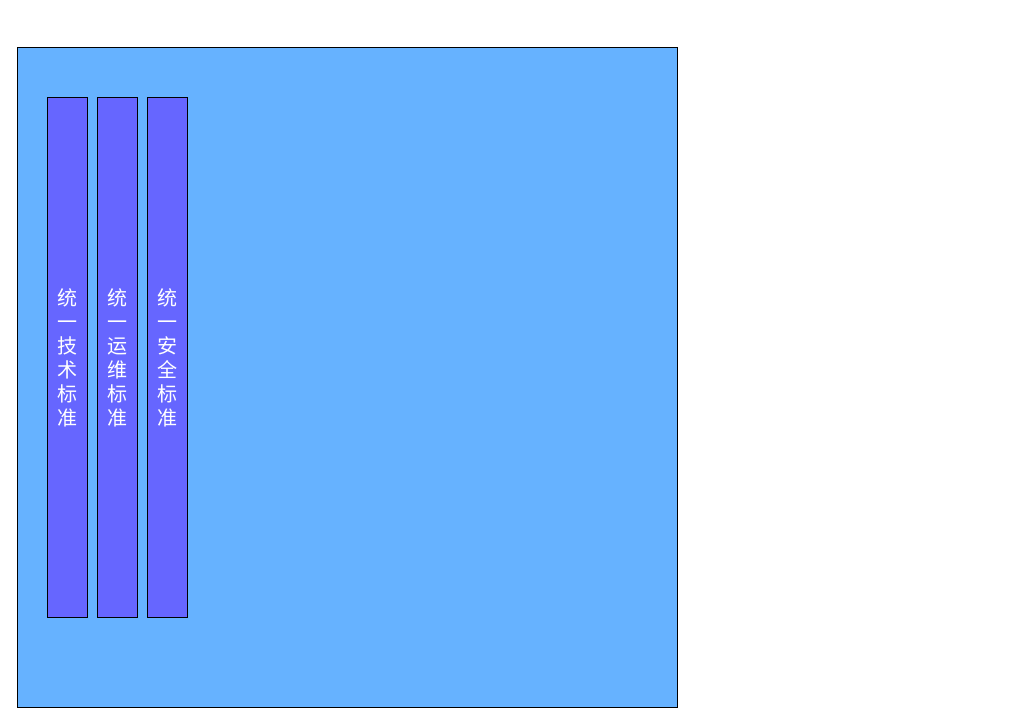
Before: framework.drawio in cjaack2/Images_Repository, a draw.io diagram. Source tidied: cells renumbered, new cells numbered last; positions are measured from the earlier drawing's top-left corner, leaving out a move shared by most shapes. Both pictures are drawn from the tidied source at 100%, with x=0, y=0 at pixel (17, 47).
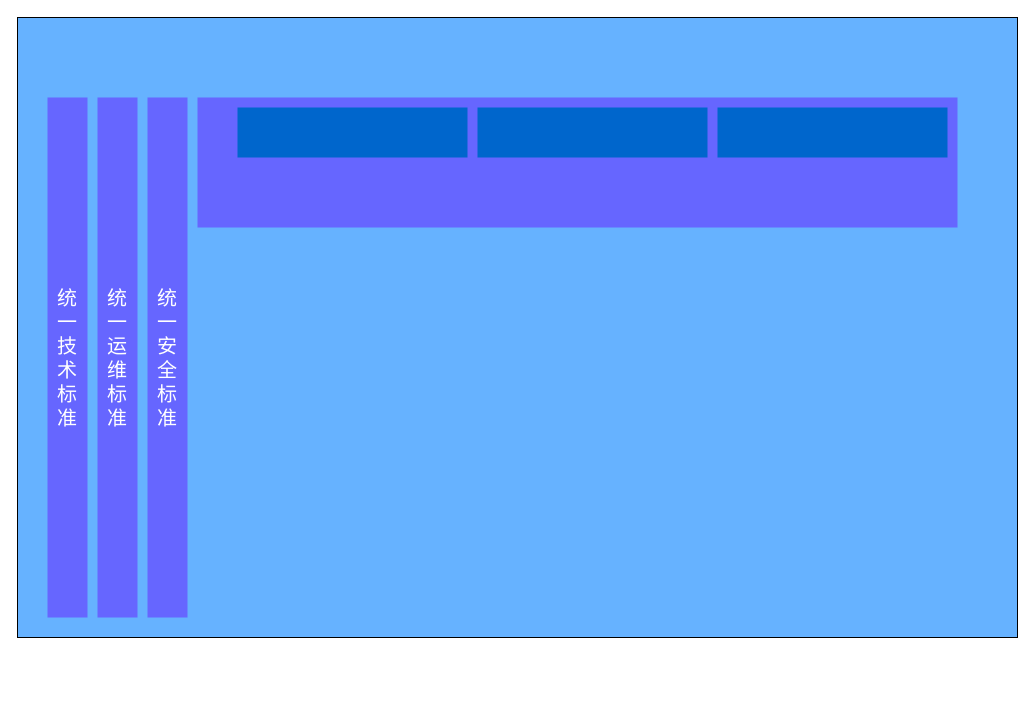
After the change.

Diff of the diagram source:
```diff
@@
 <mxGraphModel>
   <root>
     <mxCell id="0" />
     <mxCell id="1" parent="0" />
-    <mxCell id="2" style="whiteSpace=wrap;html=1;fillColor=#66B2FF;" parent="1" vertex="1">
-      <mxGeometry width="660" height="660" as="geometry" />
-    </mxCell>
+    <mxCell id="9" style="rounded=0;whiteSpace=wrap;html=1;fillColor=#66B2FF;" parent="1" vertex="1">
+      <mxGeometry y="-30" width="1000" height="620" as="geometry" />
+    </mxCell>
-    <mxCell id="3" style="rounded=0;whiteSpace=wrap;html=1;fillColor=#6666FF;" parent="1" vertex="1">
+    <mxCell id="3" style="rounded=0;whiteSpace=wrap;html=1;fillColor=#6666FF;strokeColor=none;" parent="1" vertex="1">
       <mxGeometry x="30" y="50" width="40" height="520" as="geometry" />
     </mxCell>
     <mxCell id="4" value="&lt;font style=&quot;font-size: 20px&quot; color=&quot;#ffffff&quot;&gt;统一技术标准&lt;/font&gt;" style="text;html=1;strokeColor=none;fillColor=none;align=center;verticalAlign=middle;whiteSpace=wrap;rounded=0;" parent="1" vertex="1">
       <mxGeometry x="30" y="155" width="40" height="310" as="geometry" />
     </mxCell>
-    <mxCell id="5" style="rounded=0;whiteSpace=wrap;html=1;fillColor=#6666FF;" parent="1" vertex="1">
+    <mxCell id="5" style="rounded=0;whiteSpace=wrap;html=1;fillColor=#6666FF;strokeColor=none;" parent="1" vertex="1">
       <mxGeometry x="80" y="50" width="40" height="520" as="geometry" />
     </mxCell>
     <mxCell id="6" value="&lt;font style=&quot;font-size: 20px&quot; color=&quot;#ffffff&quot;&gt;统一运维标准&lt;/font&gt;" style="text;html=1;strokeColor=none;fillColor=none;align=center;verticalAlign=middle;whiteSpace=wrap;rounded=0;" parent="1" vertex="1">
       <mxGeometry x="80" y="155" width="40" height="310" as="geometry" />
     </mxCell>
-    <mxCell id="7" style="rounded=0;whiteSpace=wrap;html=1;fillColor=#6666FF;" parent="1" vertex="1">
+    <mxCell id="7" style="rounded=0;whiteSpace=wrap;html=1;fillColor=#6666FF;strokeColor=none;" parent="1" vertex="1">
       <mxGeometry x="130" y="50" width="40" height="520" as="geometry" />
     </mxCell>
     <mxCell id="8" value="&lt;font style=&quot;font-size: 20px&quot; color=&quot;#ffffff&quot;&gt;统一安全标准&lt;/font&gt;" style="text;html=1;strokeColor=none;fillColor=none;align=center;verticalAlign=middle;whiteSpace=wrap;rounded=0;" parent="1" vertex="1">
       <mxGeometry x="130" y="155" width="40" height="310" as="geometry" />
     </mxCell>
+    <mxCell id="10" style="rounded=0;whiteSpace=wrap;html=1;fillColor=#6666FF;strokeColor=none;" parent="1" vertex="1">
+      <mxGeometry x="180" y="50" width="760" height="130" as="geometry" />
+    </mxCell>
+    <mxCell id="11" style="rounded=0;whiteSpace=wrap;html=1;fillColor=#0066CC;strokeColor=none;" parent="1" vertex="1">
+      <mxGeometry x="220" y="60" width="230" height="50" as="geometry" />
+    </mxCell>
+    <mxCell id="12" style="rounded=0;whiteSpace=wrap;html=1;fillColor=#0066CC;strokeColor=none;" parent="1" vertex="1">
+      <mxGeometry x="460" y="60" width="230" height="50" as="geometry" />
+    </mxCell>
+    <mxCell id="13" style="rounded=0;whiteSpace=wrap;html=1;fillColor=#0066CC;strokeColor=none;" parent="1" vertex="1">
+      <mxGeometry x="700" y="60" width="230" height="50" as="geometry" />
+    </mxCell>
   </root>
 </mxGraphModel>
```
